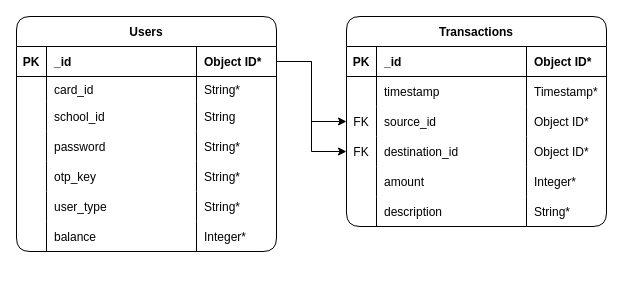
Earlier version of the draw.io diagram page "ERD" (8 of 15) of docs/AUPay Diagrams.drawio (1icolo/AUPay). Source tidied: cells renumbered, new cells numbered last; positions are measured from the earlier drawing's top-left corner, leaving out a move shared by most shapes. Both pictures are drawn from the tidied source at 100%, with x=0, y=0 at pixel (16, 16).
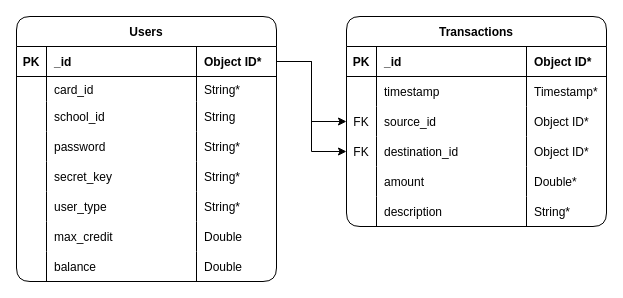
After the change.

The change refers to these unchanged cells:
```xml
<mxCell id="19" style="shape=tableRow;horizontal=0;startSize=0;swimlaneHead=0;swimlaneBody=0;fillColor=none;top=0;left=0;right=0;bottom=0;rounded=1;glass=0;strokeWidth=1;fontSize=12;html=0;" parent="2" vertex="1">
  <mxGeometry y="145" width="260" height="30" as="geometry" />
</mxCell>
<mxCell id="48" style="shape=tableRow;horizontal=0;startSize=0;swimlaneHead=0;swimlaneBody=0;fillColor=none;top=0;left=0;right=0;bottom=0;rounded=1;glass=0;strokeWidth=1;fontSize=12;html=0;" parent="31" vertex="1">
  <mxGeometry y="150" width="260" height="30" as="geometry" />
</mxCell>
```

Change to the diagram source:
```diff
@@
     <mxCell id="2" value="Users" style="shape=table;startSize=30;childLayout=tableLayout;rowLines=0;fontStyle=1;align=center;rounded=1;glass=0;strokeWidth=1;fontSize=12;fillColor=none;html=0;" parent="1" vertex="1">
-      <mxGeometry width="260" height="235" as="geometry" />
+      <mxGeometry width="260" height="265" as="geometry" />
     </mxCell>
@@
-    <mxCell id="21" value="otp_key" style="shape=partialRectangle;fillColor=none;top=0;left=0;bottom=0;right=0;align=left;spacingLeft=6;overflow=hidden;rounded=1;glass=0;strokeWidth=1;fontSize=12;html=0;" parent="19" vertex="1">
+    <mxCell id="21" value="secret_key" style="shape=partialRectangle;fillColor=none;top=0;left=0;bottom=0;right=0;align=left;spacingLeft=6;overflow=hidden;rounded=1;glass=0;strokeWidth=1;fontSize=12;html=0;" parent="19" vertex="1">
       <mxGeometry x="30" width="150" height="30" as="geometry" />
     </mxCell>
@@
+    <mxCell id="58" style="shape=tableRow;horizontal=0;startSize=0;swimlaneHead=0;swimlaneBody=0;fillColor=none;top=0;left=0;right=0;bottom=0;rounded=1;glass=0;strokeWidth=1;fontSize=12;html=0;" parent="2" vertex="1">
+      <mxGeometry y="205" width="260" height="30" as="geometry" />
+    </mxCell>
+    <mxCell id="59" style="shape=partialRectangle;fillColor=none;top=0;left=0;bottom=0;right=0;overflow=hidden;rounded=1;glass=0;strokeWidth=1;fontSize=12;html=0;" parent="58" vertex="1">
+      <mxGeometry width="30" height="30" as="geometry" />
+    </mxCell>
+    <mxCell id="60" value="max_credit" style="shape=partialRectangle;fillColor=none;top=0;left=0;bottom=0;right=0;align=left;spacingLeft=6;overflow=hidden;rounded=1;glass=0;strokeWidth=1;fontSize=12;html=0;" parent="58" vertex="1">
+      <mxGeometry x="30" width="150" height="30" as="geometry" />
+    </mxCell>
+    <mxCell id="61" value="Double" style="shape=partialRectangle;fillColor=none;top=0;left=0;bottom=0;right=0;align=left;spacingLeft=6;overflow=hidden;rounded=1;glass=0;strokeWidth=1;fontSize=12;html=0;" parent="58" vertex="1">
+      <mxGeometry x="180" width="80" height="30" as="geometry" />
+    </mxCell>
     <mxCell id="27" style="shape=tableRow;horizontal=0;startSize=0;swimlaneHead=0;swimlaneBody=0;fillColor=none;top=0;left=0;right=0;bottom=0;" parent="2" vertex="1">
-      <mxGeometry y="205" width="260" height="30" as="geometry" />
+      <mxGeometry y="235" width="260" height="30" as="geometry" />
     </mxCell>
@@
-    <mxCell id="30" value="Integer*" style="shape=partialRectangle;fillColor=none;top=0;left=0;bottom=0;right=0;align=left;spacingLeft=6;overflow=hidden;" parent="27" vertex="1">
+    <mxCell id="30" value="Double" style="shape=partialRectangle;fillColor=none;top=0;left=0;bottom=0;right=0;align=left;spacingLeft=6;overflow=hidden;" parent="27" vertex="1">
       <mxGeometry x="180" width="80" height="30" as="geometry" />
     </mxCell>
@@
-    <mxCell id="51" value="Integer*" style="shape=partialRectangle;fillColor=none;top=0;left=0;bottom=0;right=0;align=left;spacingLeft=6;overflow=hidden;rounded=1;glass=0;strokeWidth=1;fontSize=12;html=0;" parent="48" vertex="1">
+    <mxCell id="51" value="Double*" style="shape=partialRectangle;fillColor=none;top=0;left=0;bottom=0;right=0;align=left;spacingLeft=6;overflow=hidden;rounded=1;glass=0;strokeWidth=1;fontSize=12;html=0;" parent="48" vertex="1">
       <mxGeometry x="180" width="80" height="30" as="geometry" />
     </mxCell>
```
